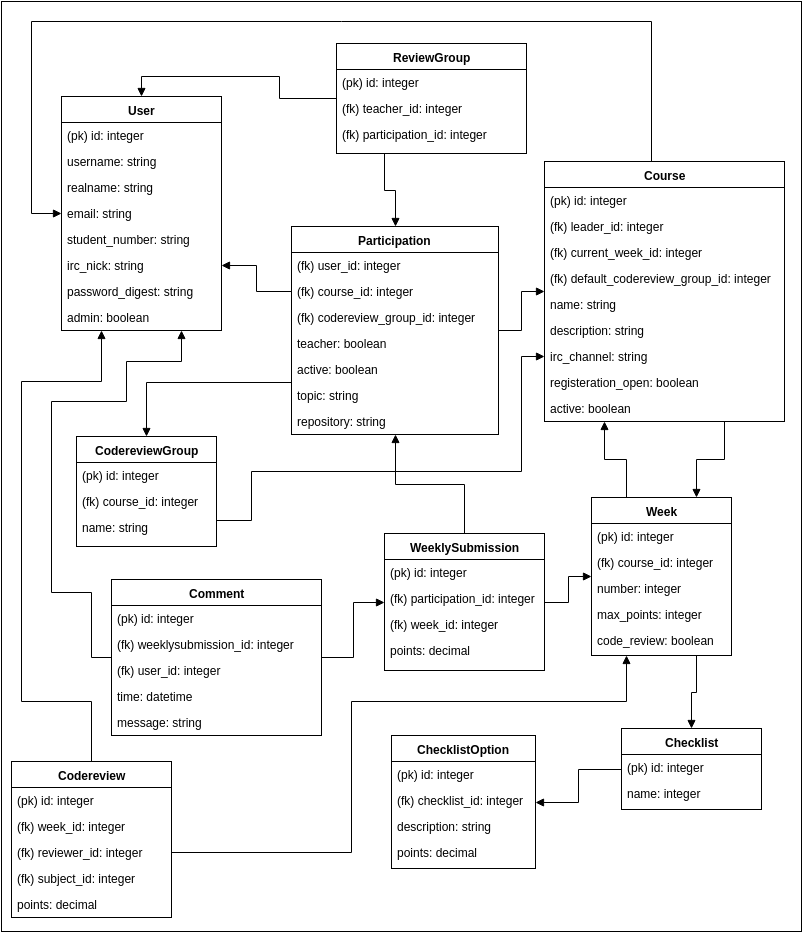
TheDuckFIN/labtool-enhanced keeps this draw.io diagram as doc/database.png. Above is the earlier version. Source tidied: cells renumbered, new cells last; positions are measured from the earlier drawing's top-left corner, leaving out a move shared by most shapes.
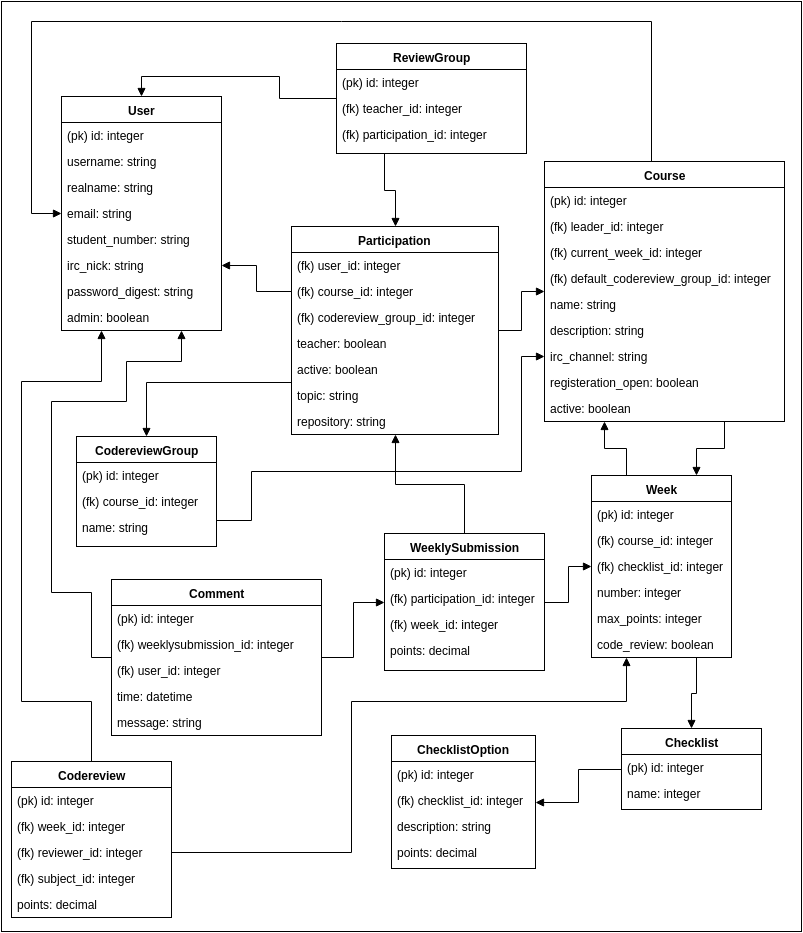
The same diagram one commit later.

Commit message:
updated database schema

Diff of the diagram source:
```diff
@@ -141,7 +141,7 @@
       <mxGeometry y="104" width="160" height="26" as="geometry" />
     </mxCell>
     <mxCell id="48" value="&lt;b&gt;Week&lt;br&gt;&lt;/b&gt;" style="swimlane;html=1;fontStyle=0;horizontal=1;startSize=26;fillColor=none;swimlaneFillColor=#ffffff;rounded=0;" parent="1" vertex="1">
-      <mxGeometry x="590" y="496" width="140" height="158" as="geometry" />
+      <mxGeometry x="590" y="474" width="140" height="182" as="geometry" />
     </mxCell>
     <mxCell id="49" value="(pk) id: integer" style="text;html=1;strokeColor=none;fillColor=none;align=left;verticalAlign=top;spacingLeft=4;spacingRight=4;whiteSpace=wrap;overflow=hidden;" parent="48" vertex="1">
       <mxGeometry y="26" width="140" height="26" as="geometry" />
@@ -149,14 +149,17 @@
     <mxCell id="50" value="(fk) course_id: integer" style="text;html=1;strokeColor=none;fillColor=none;align=left;verticalAlign=top;spacingLeft=4;spacingRight=4;whiteSpace=wrap;overflow=hidden;" parent="48" vertex="1">
       <mxGeometry y="52" width="140" height="26" as="geometry" />
     </mxCell>
+    <mxCell id="86" value="(fk) checklist_id: integer" style="text;html=1;strokeColor=none;fillColor=none;align=left;verticalAlign=top;spacingLeft=4;spacingRight=4;whiteSpace=wrap;overflow=hidden;" parent="48" vertex="1">
+      <mxGeometry y="78" width="140" height="26" as="geometry" />
+    </mxCell>
     <mxCell id="51" value="number: integer" style="text;html=1;strokeColor=none;fillColor=none;align=left;verticalAlign=top;spacingLeft=4;spacingRight=4;whiteSpace=wrap;overflow=hidden;" parent="48" vertex="1">
-      <mxGeometry y="78" width="140" height="26" as="geometry" />
+      <mxGeometry y="104" width="140" height="26" as="geometry" />
     </mxCell>
     <mxCell id="52" value="max_points: integer" style="text;html=1;strokeColor=none;fillColor=none;align=left;verticalAlign=top;spacingLeft=4;spacingRight=4;whiteSpace=wrap;overflow=hidden;" parent="48" vertex="1">
-      <mxGeometry y="104" width="140" height="26" as="geometry" />
+      <mxGeometry y="130" width="140" height="26" as="geometry" />
     </mxCell>
     <mxCell id="53" value="code_review: boolean" style="text;html=1;strokeColor=none;fillColor=none;align=left;verticalAlign=top;spacingLeft=4;spacingRight=4;whiteSpace=wrap;overflow=hidden;" parent="48" vertex="1">
-      <mxGeometry y="130" width="140" height="26" as="geometry" />
+      <mxGeometry y="156" width="140" height="26" as="geometry" />
     </mxCell>
     <mxCell id="54" value="&lt;b&gt;ReviewGroup&lt;/b&gt;" style="swimlane;html=1;fontStyle=0;horizontal=1;startSize=26;fillColor=none;swimlaneFillColor=#ffffff;rounded=0;" parent="1" vertex="1">
       <mxGeometry x="335" y="42" width="190" height="110" as="geometry" />
```
